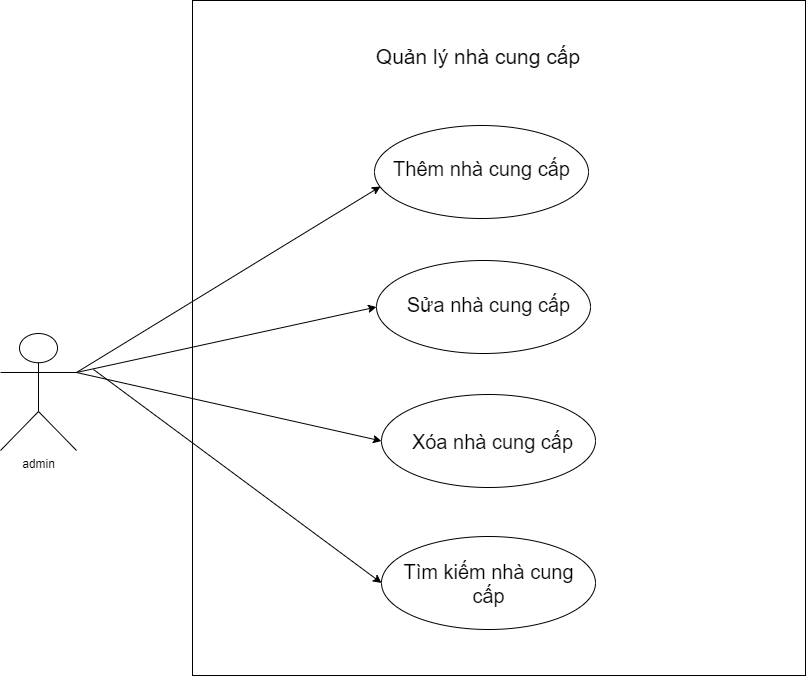
The draw.io diagram 2drawio.png in dungvu242k3/JAVA, before a commit. Source tidied: cells renumbered, new cells last; positions are measured from the earlier drawing's top-left corner, leaving out a move shared by most shapes.
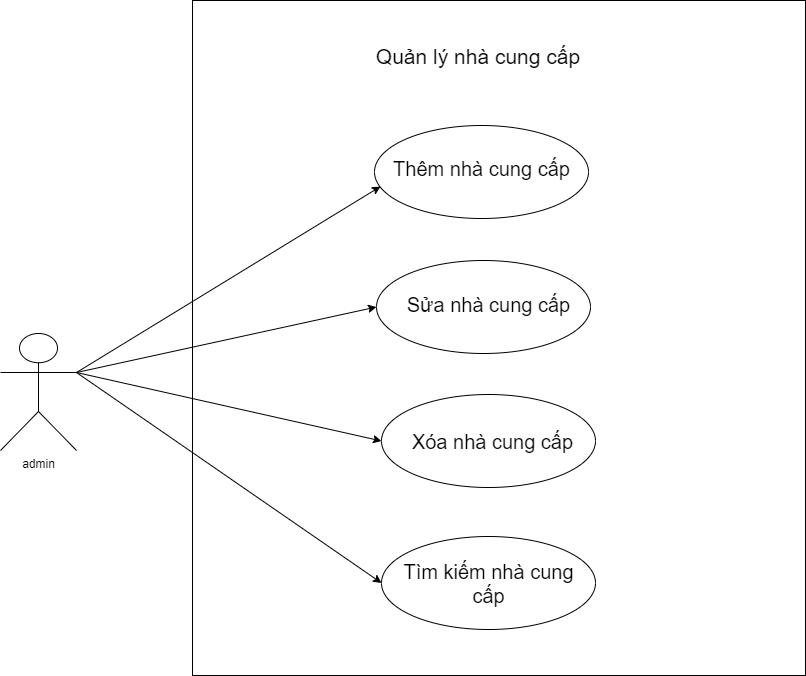
After the commit.

Commit message:
Cập nhật 2drawio.png

What changed in the source:
```diff
@@ -59,10 +59,8 @@
     <mxCell id="20" style="endArrow=classic;html=1;rounded=0;exitX=1;exitY=0.3333333333333333;exitDx=0;exitDy=0;exitPerimeter=0;entryX=0;entryY=0.5;entryDx=0;entryDy=0;" parent="1" edge="1" source="2" target="12">
       <mxGeometry relative="1" as="geometry" />
     </mxCell>
-    <mxCell id="21" style="endArrow=classic;html=1;rounded=0;entryX=0;entryY=0.5;entryDx=0;entryDy=0;" parent="1" edge="1" target="15">
-      <mxGeometry relative="1" as="geometry">
-        <mxPoint x="93" y="369" as="sourcePoint" />
-      </mxGeometry>
+    <mxCell id="21" style="endArrow=classic;html=1;rounded=0;entryX=0;entryY=0.5;entryDx=0;entryDy=0;exitX=1;exitY=0.3333333333333333;exitDx=0;exitDy=0;exitPerimeter=0;" parent="1" edge="1" source="2" target="15">
+      <mxGeometry relative="1" as="geometry" />
     </mxCell>
   </root>
 </mxGraphModel>
```
